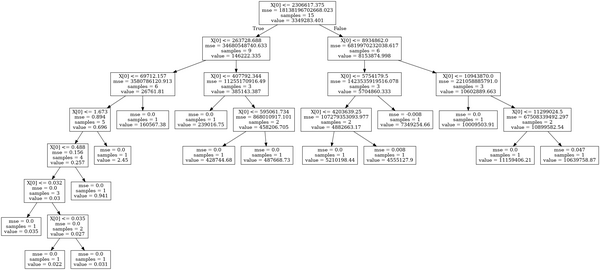
The Graphviz diagram dot_tree.png in Dimitrios-Mourtzilas/Business-Strategy, before a commit. Its source is kept beside it as dot_tree.dot.
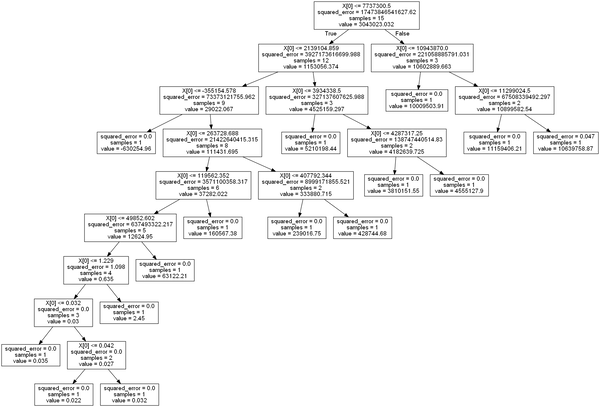
The same file after the commit.

What changed in the source:
```diff
@@ -1,60 +1,61 @@
 digraph Tree {
-node [shape=box] ;
-0 [label="X[0] <= 2306617.375\nmse = 18138196702668.023\nsamples = 15\nvalue = 3349283.401"] ;
-1 [label="X[0] <= 263728.688\nmse = 34680548740.633\nsamples = 9\nvalue = 146222.335"] ;
+node [shape=box, fontname="helvetica"] ;
+edge [fontname="helvetica"] ;
+0 [label="X[0] <= 7737300.5\nsquared_error = 17473846541627.62\nsamples = 15\nvalue = 3043023.032"] ;
+1 [label="X[0] <= 2139104.859\nsquared_error = 3927173616699.988\nsamples = 12\nvalue = 1153056.374"] ;
 0 -> 1 [labeldistance=2.5, labelangle=45, headlabel="True"] ;
-2 [label="X[0] <= 69712.157\nmse = 3580786120.913\nsamples = 6\nvalue = 26761.81"] ;
+2 [label="X[0] <= -355154.578\nsquared_error = 73373121755.962\nsamples = 9\nvalue = 29022.067"] ;
 1 -> 2 ;
-3 [label="X[0] <= 1.673\nmse = 0.894\nsamples = 5\nvalue = 0.696"] ;
+3 [label="squared_error = 0.0\nsamples = 1\nvalue = -630254.96"] ;
 2 -> 3 ;
-4 [label="X[0] <= 0.488\nmse = 0.156\nsamples = 4\nvalue = 0.257"] ;
-3 -> 4 ;
-5 [label="X[0] <= 0.032\nmse = 0.0\nsamples = 3\nvalue = 0.03"] ;
+4 [label="X[0] <= 263728.688\nsquared_error = 21422640415.315\nsamples = 8\nvalue = 111431.695"] ;
+2 -> 4 ;
+5 [label="X[0] <= 119562.352\nsquared_error = 3571100358.317\nsamples = 6\nvalue = 37282.022"] ;
 4 -> 5 ;
-6 [label="mse = 0.0\nsamples = 1\nvalue = 0.035"] ;
+6 [label="X[0] <= 49852.602\nsquared_error = 637493322.217\nsamples = 5\nvalue = 12624.95"] ;
 5 -> 6 ;
-7 [label="X[0] <= 0.035\nmse = 0.0\nsamples = 2\nvalue = 0.027"] ;
-5 -> 7 ;
-8 [label="mse = 0.0\nsamples = 1\nvalue = 0.022"] ;
+7 [label="X[0] <= 1.229\nsquared_error = 1.098\nsamples = 4\nvalue = 0.635"] ;
+6 -> 7 ;
+8 [label="X[0] <= 0.032\nsquared_error = 0.0\nsamples = 3\nvalue = 0.03"] ;
 7 -> 8 ;
-9 [label="mse = 0.0\nsamples = 1\nvalue = 0.031"] ;
-7 -> 9 ;
-10 [label="mse = 0.0\nsamples = 1\nvalue = 0.941"] ;
-4 -> 10 ;
-11 [label="mse = 0.0\nsamples = 1\nvalue = 2.45"] ;
-3 -> 11 ;
-12 [label="mse = 0.0\nsamples = 1\nvalue = 160567.38"] ;
-2 -> 12 ;
-13 [label="X[0] <= 407792.344\nmse = 11255170916.49\nsamples = 3\nvalue = 385143.387"] ;
-1 -> 13 ;
-14 [label="mse = 0.0\nsamples = 1\nvalue = 239016.75"] ;
-13 -> 14 ;
-15 [label="X[0] <= 595061.734\nmse = 868010917.101\nsamples = 2\nvalue = 458206.705"] ;
-13 -> 15 ;
-16 [label="mse = 0.0\nsamples = 1\nvalue = 428744.68"] ;
-15 -> 16 ;
-17 [label="mse = 0.0\nsamples = 1\nvalue = 487668.73"] ;
-15 -> 17 ;
-18 [label="X[0] <= 8934862.0\nmse = 6819970232038.617\nsamples = 6\nvalue = 8153874.998"] ;
-0 -> 18 [labeldistance=2.5, labelangle=-45, headlabel="False"] ;
-19 [label="X[0] <= 5754179.5\nmse = 1423535919516.078\nsamples = 3\nvalue = 5704860.333"] ;
-18 -> 19 ;
-20 [label="X[0] <= 4203639.25\nmse = 107279353093.977\nsamples = 2\nvalue = 4882663.17"] ;
+9 [label="squared_error = 0.0\nsamples = 1\nvalue = 0.035"] ;
+8 -> 9 ;
+10 [label="X[0] <= 0.042\nsquared_error = 0.0\nsamples = 2\nvalue = 0.027"] ;
+8 -> 10 ;
+11 [label="squared_error = 0.0\nsamples = 1\nvalue = 0.022"] ;
+10 -> 11 ;
+12 [label="squared_error = 0.0\nsamples = 1\nvalue = 0.032"] ;
+10 -> 12 ;
+13 [label="squared_error = 0.0\nsamples = 1\nvalue = 2.45"] ;
+7 -> 13 ;
+14 [label="squared_error = 0.0\nsamples = 1\nvalue = 63122.21"] ;
+6 -> 14 ;
+15 [label="squared_error = 0.0\nsamples = 1\nvalue = 160567.38"] ;
+5 -> 15 ;
+16 [label="X[0] <= 407792.344\nsquared_error = 8999171855.521\nsamples = 2\nvalue = 333880.715"] ;
+4 -> 16 ;
+17 [label="squared_error = 0.0\nsamples = 1\nvalue = 239016.75"] ;
+16 -> 17 ;
+18 [label="squared_error = 0.0\nsamples = 1\nvalue = 428744.68"] ;
+16 -> 18 ;
+19 [label="X[0] <= 3934338.5\nsquared_error = 327137607625.988\nsamples = 3\nvalue = 4525159.297"] ;
+1 -> 19 ;
+20 [label="squared_error = 0.0\nsamples = 1\nvalue = 5210198.44"] ;
 19 -> 20 ;
-21 [label="mse = 0.0\nsamples = 1\nvalue = 5210198.44"] ;
-20 -> 21 ;
-22 [label="mse = 0.008\nsamples = 1\nvalue = 4555127.9"] ;
-20 -> 22 ;
-23 [label="mse = -0.008\nsamples = 1\nvalue = 7349254.66"] ;
-19 -> 23 ;
-24 [label="X[0] <= 10943870.0\nmse = 221058885791.0\nsamples = 3\nvalue = 10602889.663"] ;
-18 -> 24 ;
-25 [label="mse = 0.0\nsamples = 1\nvalue = 10009503.91"] ;
+21 [label="X[0] <= 4287317.25\nsquared_error = 138747440514.83\nsamples = 2\nvalue = 4182639.725"] ;
+19 -> 21 ;
+22 [label="squared_error = 0.0\nsamples = 1\nvalue = 3810151.55"] ;
+21 -> 22 ;
+23 [label="squared_error = 0.0\nsamples = 1\nvalue = 4555127.9"] ;
+21 -> 23 ;
+24 [label="X[0] <= 10943870.0\nsquared_error = 221058885791.031\nsamples = 3\nvalue = 10602889.663"] ;
+0 -> 24 [labeldistance=2.5, labelangle=-45, headlabel="False"] ;
+25 [label="squared_error = 0.0\nsamples = 1\nvalue = 10009503.91"] ;
 24 -> 25 ;
-26 [label="X[0] <= 11299024.5\nmse = 67508339492.297\nsamples = 2\nvalue = 10899582.54"] ;
+26 [label="X[0] <= 11299024.5\nsquared_error = 67508339492.297\nsamples = 2\nvalue = 10899582.54"] ;
 24 -> 26 ;
-27 [label="mse = 0.0\nsamples = 1\nvalue = 11159406.21"] ;
+27 [label="squared_error = 0.0\nsamples = 1\nvalue = 11159406.21"] ;
 26 -> 27 ;
-28 [label="mse = 0.047\nsamples = 1\nvalue = 10639758.87"] ;
+28 [label="squared_error = 0.047\nsamples = 1\nvalue = 10639758.87"] ;
 26 -> 28 ;
 }
```
